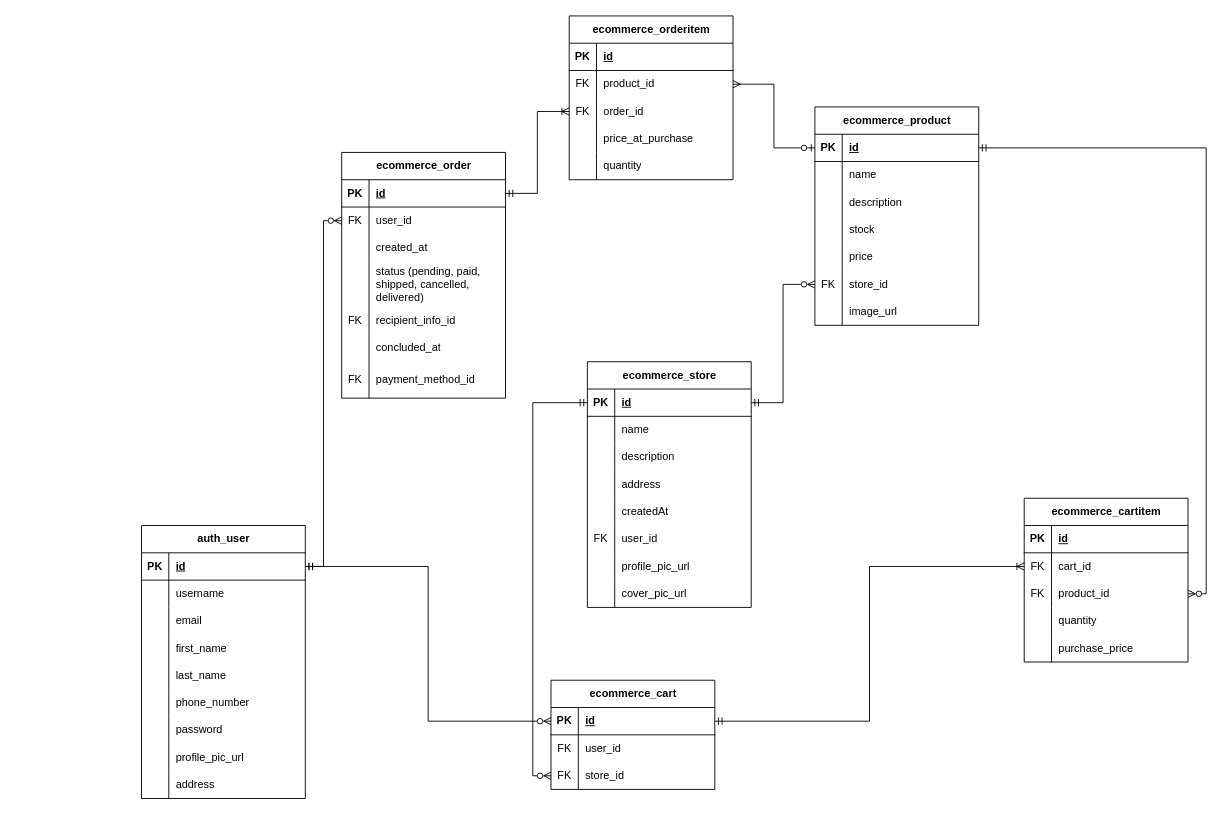
This is page "Order a product (Checkout)" (3 of 3) of E-Commerce API ERD.drawio from RHILIUS/drawio, a draw.io file, before an edit. Source tidied: cells renumbered, new cells numbered last; positions are measured from the earlier drawing's top-left corner, leaving out a move shared by most shapes. Both pictures are drawn from the tidied source at 91%, with x=0, y=0 at pixel (141, 15).
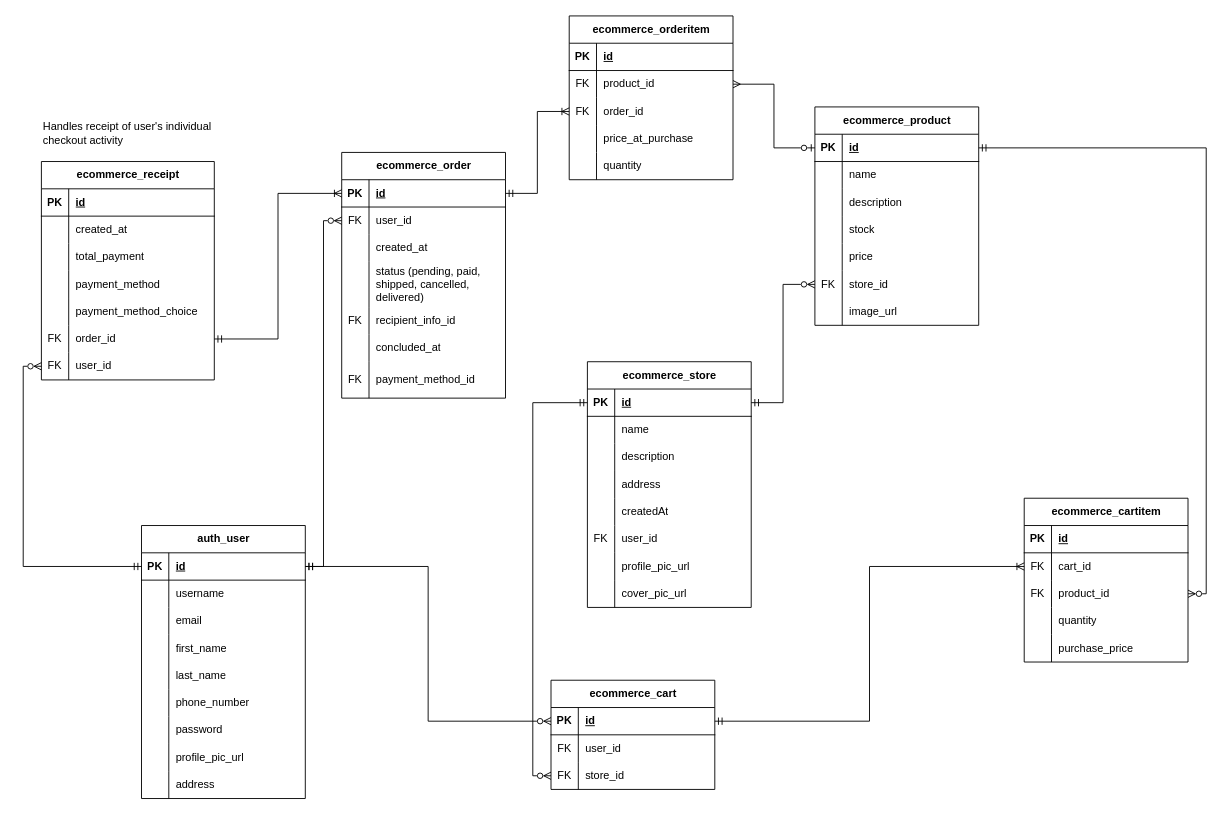
After the change.

Commit message:
feat(checkout): add ecommerce_receipt entity

Unchanged cells that the change refers to:
```xml
<mxCell id="3" style="shape=tableRow;horizontal=0;startSize=0;swimlaneHead=0;swimlaneBody=0;fillColor=none;points=[[0,0.5],[1,0.5]];portConstraint=eastwest;top=0;left=0;right=0;bottom=1;" parent="2" vertex="1">
  <mxGeometry y="30" width="180" height="30" as="geometry" />
</mxCell>
<mxCell id="31" style="shape=tableRow;horizontal=0;startSize=0;swimlaneHead=0;swimlaneBody=0;fillColor=none;points=[[0,0.5],[1,0.5]];portConstraint=eastwest;top=0;left=0;right=0;bottom=1;" parent="30" vertex="1">
  <mxGeometry y="30" width="180" height="30" as="geometry" />
</mxCell>
```

The edit, as a diff of the source:
```diff
@@
+    <mxCell id="149" value="ecommerce_receipt" style="shape=table;startSize=30;childLayout=tableLayout;rowLines=0;fontStyle=1;align=center;html=1;" parent="1" vertex="1">
+      <mxGeometry x="-110" y="160" width="190" height="240" as="geometry" />
+    </mxCell>
+    <mxCell id="150" style="shape=tableRow;horizontal=0;startSize=0;swimlaneHead=0;swimlaneBody=0;fillColor=none;top=0;left=0;right=0;bottom=1;" parent="149" vertex="1">
+      <mxGeometry y="30" width="190" height="30" as="geometry" />
+    </mxCell>
+    <mxCell id="151" value="PK" style="shape=partialRectangle;fillColor=none;top=0;left=0;bottom=0;right=0;fontStyle=1;overflow=hidden;whiteSpace=wrap;html=1;" parent="150" vertex="1">
+      <mxGeometry width="30" height="30" as="geometry" />
+    </mxCell>
+    <mxCell id="152" value="id" style="shape=partialRectangle;fillColor=none;top=0;left=0;bottom=0;right=0;align=left;spacingLeft=6;fontStyle=5;overflow=hidden;whiteSpace=wrap;html=1;" parent="150" vertex="1">
+      <mxGeometry x="30" width="160" height="30" as="geometry" />
+    </mxCell>
+    <mxCell id="153" style="shape=tableRow;horizontal=0;startSize=0;swimlaneHead=0;swimlaneBody=0;fillColor=none;top=0;left=0;right=0;bottom=0;" parent="149" vertex="1">
+      <mxGeometry y="60" width="190" height="30" as="geometry" />
+    </mxCell>
+    <mxCell id="154" style="shape=partialRectangle;fillColor=none;top=0;left=0;bottom=0;right=0;overflow=hidden;whiteSpace=wrap;html=1;" parent="153" vertex="1">
+      <mxGeometry width="30" height="30" as="geometry" />
+    </mxCell>
+    <mxCell id="155" value="created_at" style="shape=partialRectangle;fillColor=none;top=0;left=0;bottom=0;right=0;align=left;spacingLeft=6;overflow=hidden;whiteSpace=wrap;html=1;" parent="153" vertex="1">
+      <mxGeometry x="30" width="160" height="30" as="geometry" />
+    </mxCell>
+    <mxCell id="156" style="shape=tableRow;horizontal=0;startSize=0;swimlaneHead=0;swimlaneBody=0;fillColor=none;top=0;left=0;right=0;bottom=0;" parent="149" vertex="1">
+      <mxGeometry y="90" width="190" height="30" as="geometry" />
+    </mxCell>
+    <mxCell id="157" style="shape=partialRectangle;fillColor=none;top=0;left=0;bottom=0;right=0;overflow=hidden;whiteSpace=wrap;html=1;" parent="156" vertex="1">
+      <mxGeometry width="30" height="30" as="geometry" />
+    </mxCell>
+    <mxCell id="158" value="total_payment" style="shape=partialRectangle;fillColor=none;top=0;left=0;bottom=0;right=0;align=left;spacingLeft=6;overflow=hidden;whiteSpace=wrap;html=1;" parent="156" vertex="1">
+      <mxGeometry x="30" width="160" height="30" as="geometry" />
+    </mxCell>
+    <mxCell id="159" style="shape=tableRow;horizontal=0;startSize=0;swimlaneHead=0;swimlaneBody=0;fillColor=none;top=0;left=0;right=0;bottom=0;" parent="149" vertex="1">
+      <mxGeometry y="120" width="190" height="30" as="geometry" />
+    </mxCell>
+    <mxCell id="160" style="shape=partialRectangle;fillColor=none;top=0;left=0;bottom=0;right=0;overflow=hidden;whiteSpace=wrap;html=1;" parent="159" vertex="1">
+      <mxGeometry width="30" height="30" as="geometry" />
+    </mxCell>
+    <mxCell id="161" value="payment_method" style="shape=partialRectangle;fillColor=none;top=0;left=0;bottom=0;right=0;align=left;spacingLeft=6;overflow=hidden;whiteSpace=wrap;html=1;" parent="159" vertex="1">
+      <mxGeometry x="30" width="160" height="30" as="geometry" />
+    </mxCell>
+    <mxCell id="162" style="shape=tableRow;horizontal=0;startSize=0;swimlaneHead=0;swimlaneBody=0;fillColor=none;top=0;left=0;right=0;bottom=0;" parent="149" vertex="1">
+      <mxGeometry y="150" width="190" height="30" as="geometry" />
+    </mxCell>
+    <mxCell id="163" style="shape=partialRectangle;fillColor=none;top=0;left=0;bottom=0;right=0;overflow=hidden;whiteSpace=wrap;html=1;" parent="162" vertex="1">
+      <mxGeometry width="30" height="30" as="geometry" />
+    </mxCell>
+    <mxCell id="164" value="payment_method_choice" style="shape=partialRectangle;fillColor=none;top=0;left=0;bottom=0;right=0;align=left;spacingLeft=6;overflow=hidden;whiteSpace=wrap;html=1;" parent="162" vertex="1">
+      <mxGeometry x="30" width="160" height="30" as="geometry" />
+    </mxCell>
+    <mxCell id="165" style="shape=tableRow;horizontal=0;startSize=0;swimlaneHead=0;swimlaneBody=0;fillColor=none;points=[[0,0.5],[1,0.5]];portConstraint=eastwest;top=0;left=0;right=0;bottom=0;" parent="149" vertex="1">
+      <mxGeometry y="180" width="190" height="30" as="geometry" />
+    </mxCell>
+    <mxCell id="166" value="FK" style="shape=partialRectangle;fillColor=none;top=0;left=0;bottom=0;right=0;overflow=hidden;whiteSpace=wrap;html=1;" parent="165" vertex="1">
+      <mxGeometry width="30" height="30" as="geometry" />
+    </mxCell>
+    <mxCell id="167" value="order_id" style="shape=partialRectangle;fillColor=none;top=0;left=0;bottom=0;right=0;align=left;spacingLeft=6;overflow=hidden;whiteSpace=wrap;html=1;" parent="165" vertex="1">
+      <mxGeometry x="30" width="160" height="30" as="geometry" />
+    </mxCell>
+    <mxCell id="168" style="shape=tableRow;horizontal=0;startSize=0;swimlaneHead=0;swimlaneBody=0;fillColor=none;points=[[0,0.5],[1,0.5]];portConstraint=eastwest;top=0;left=0;right=0;bottom=0;" parent="149" vertex="1">
+      <mxGeometry y="210" width="190" height="30" as="geometry" />
+    </mxCell>
+    <mxCell id="169" value="FK" style="shape=partialRectangle;fillColor=none;top=0;left=0;bottom=0;right=0;overflow=hidden;whiteSpace=wrap;html=1;" parent="168" vertex="1">
+      <mxGeometry width="30" height="30" as="geometry" />
+    </mxCell>
+    <mxCell id="170" value="user_id" style="shape=partialRectangle;fillColor=none;top=0;left=0;bottom=0;right=0;align=left;spacingLeft=6;overflow=hidden;whiteSpace=wrap;html=1;" parent="168" vertex="1">
+      <mxGeometry x="30" width="160" height="30" as="geometry" />
+    </mxCell>
+    <mxCell id="171" value="Handles receipt of user's individual checkout activity" style="text;html=1;whiteSpace=wrap;strokeColor=none;fillColor=none;align=left;verticalAlign=middle;rounded=0;" parent="1" vertex="1">
+      <mxGeometry x="-110" y="107.5" width="210" height="42.5" as="geometry" />
+    </mxCell>
+    <mxCell id="172" style="edgeStyle=orthogonalEdgeStyle;rounded=0;jettySize=auto;html=1;endArrow=ERmandOne;endFill=0;startArrow=ERoneToMany;startFill=0;" parent="1" edge="1" source="31" target="165">
+      <mxGeometry relative="1" as="geometry" />
+    </mxCell>
+    <mxCell id="173" style="edgeStyle=orthogonalEdgeStyle;rounded=0;jettySize=auto;html=1;entryX=0;entryY=0.5;entryDx=0;entryDy=0;endArrow=ERzeroToMany;endFill=0;startArrow=ERmandOne;startFill=0;" parent="1" edge="1" source="3" target="168">
+      <mxGeometry relative="1" as="geometry" />
+    </mxCell>
```
